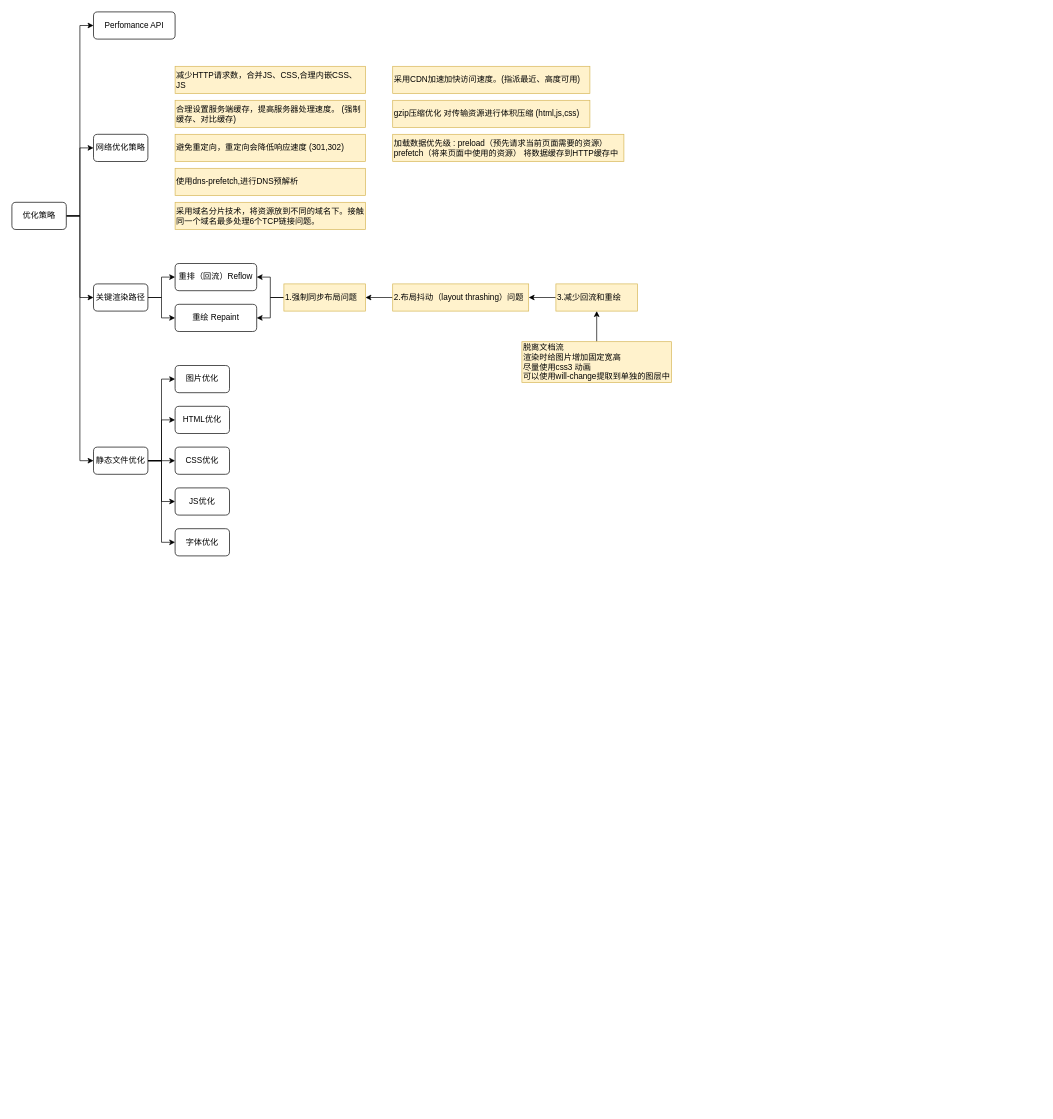
The draw.io diagram 前端性能优化.drawio in yanhanfrontend/draw.io.workspace, before the edit. Source tidied: cells renumbered, new cells numbered last; positions are measured from the earlier drawing's top-left corner, leaving out a move shared by most shapes. Both pictures are drawn from the tidied source at 68%, with x=0, y=0 at pixel (12, 12).
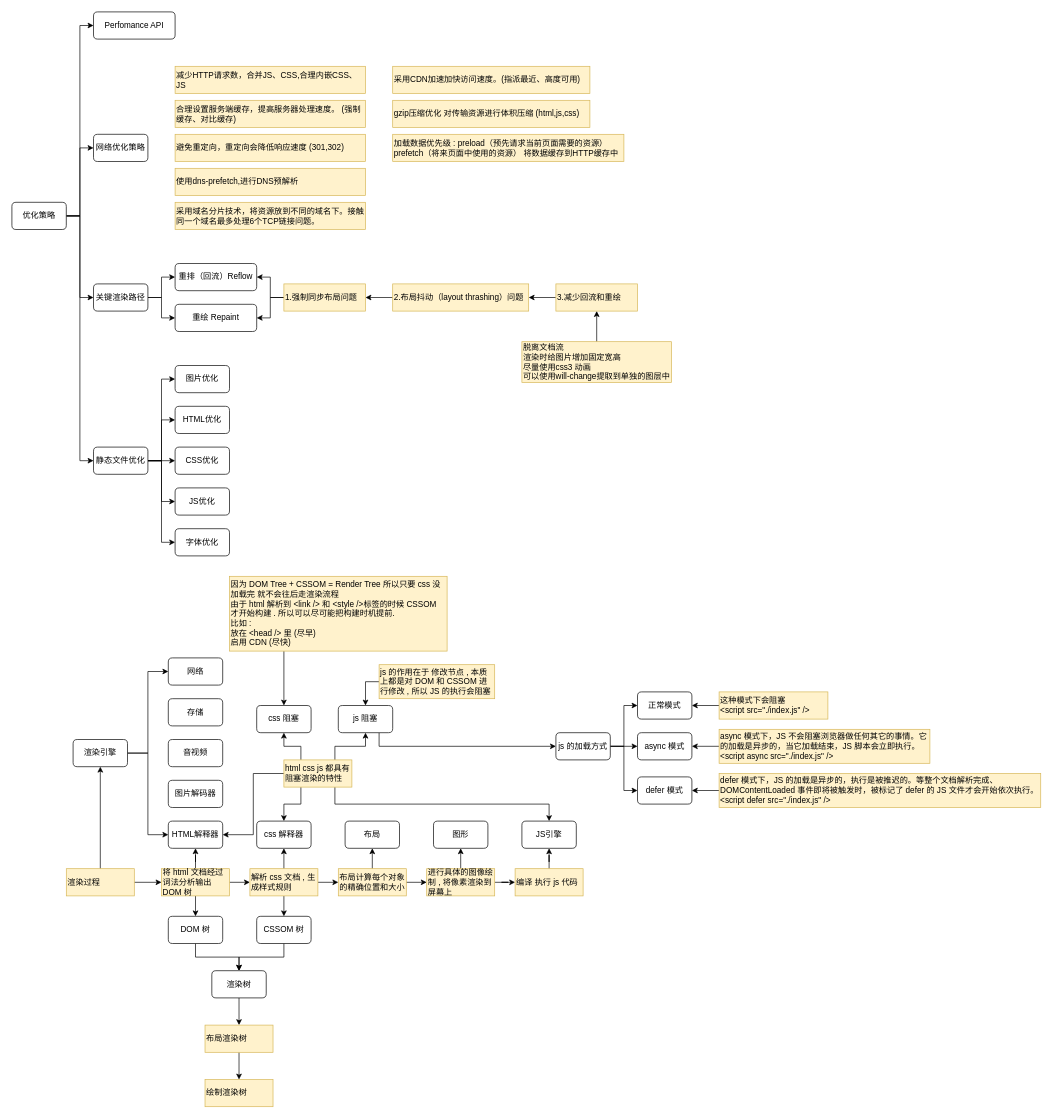
The same diagram, later.

Commit message:
更新前端性能优化.drawio

Change to the diagram source:
```diff
@@
+    <mxCell id="42" style="edgeStyle=orthogonalEdgeStyle;rounded=0;jettySize=auto;html=1;exitX=1;exitY=0.5;exitDx=0;exitDy=0;entryX=0;entryY=0.5;entryDx=0;entryDy=0;" parent="1" edge="1" source="44" target="51">
+      <mxGeometry relative="1" as="geometry" />
+    </mxCell>
+    <mxCell id="43" style="edgeStyle=orthogonalEdgeStyle;rounded=0;jettySize=auto;html=1;exitX=1;exitY=0.5;exitDx=0;exitDy=0;entryX=0;entryY=0.5;entryDx=0;entryDy=0;" parent="1" edge="1" source="44" target="46">
+      <mxGeometry relative="1" as="geometry" />
+    </mxCell>
+    <mxCell id="44" value="渲染引擎" style="rounded=1;whiteSpace=wrap;html=1;" parent="1" vertex="1">
+      <mxGeometry x="90" y="1070" width="80" height="40" as="geometry" />
+    </mxCell>
+    <mxCell id="45" value="JS引擎" style="rounded=1;whiteSpace=wrap;html=1;" parent="1" vertex="1">
+      <mxGeometry x="750" y="1190" width="80" height="40" as="geometry" />
+    </mxCell>
+    <mxCell id="46" value="HTML解释器" style="rounded=1;whiteSpace=wrap;html=1;" parent="1" vertex="1">
+      <mxGeometry x="230" y="1190" width="80" height="40" as="geometry" />
+    </mxCell>
+    <mxCell id="47" value="图片解码器" style="rounded=1;whiteSpace=wrap;html=1;" parent="1" vertex="1">
+      <mxGeometry x="230" y="1130" width="80" height="40" as="geometry" />
+    </mxCell>
+    <mxCell id="48" value="音视频" style="rounded=1;whiteSpace=wrap;html=1;" parent="1" vertex="1">
+      <mxGeometry x="230" y="1070" width="80" height="40" as="geometry" />
+    </mxCell>
+    <mxCell id="49" value="图形" style="rounded=1;whiteSpace=wrap;html=1;" parent="1" vertex="1">
+      <mxGeometry x="620" y="1190" width="80" height="40" as="geometry" />
+    </mxCell>
+    <mxCell id="50" value="存储" style="rounded=1;whiteSpace=wrap;html=1;" parent="1" vertex="1">
+      <mxGeometry x="230" y="1010" width="80" height="40" as="geometry" />
+    </mxCell>
+    <mxCell id="51" value="网络" style="rounded=1;whiteSpace=wrap;html=1;" parent="1" vertex="1">
+      <mxGeometry x="230" y="950" width="80" height="40" as="geometry" />
+    </mxCell>
+    <mxCell id="52" value="布局" style="rounded=1;whiteSpace=wrap;html=1;" parent="1" vertex="1">
+      <mxGeometry x="490" y="1190" width="80" height="40" as="geometry" />
+    </mxCell>
+    <mxCell id="53" value="css 解释器" style="rounded=1;whiteSpace=wrap;html=1;" parent="1" vertex="1">
+      <mxGeometry x="360" y="1190" width="80" height="40" as="geometry" />
+    </mxCell>
+    <mxCell id="54" style="edgeStyle=orthogonalEdgeStyle;rounded=0;jettySize=auto;html=1;exitX=0.5;exitY=0;exitDx=0;exitDy=0;" parent="1" edge="1" source="56" target="44">
+      <mxGeometry relative="1" as="geometry" />
+    </mxCell>
+    <mxCell id="55" style="edgeStyle=orthogonalEdgeStyle;rounded=0;jettySize=auto;html=1;exitX=1;exitY=0.5;exitDx=0;exitDy=0;entryX=0;entryY=0.5;entryDx=0;entryDy=0;" parent="1" edge="1" source="56" target="60">
+      <mxGeometry relative="1" as="geometry" />
+    </mxCell>
+    <mxCell id="56" value="渲染过程" style="text;html=1;align=left;verticalAlign=middle;whiteSpace=wrap;rounded=0;fillColor=#fff2cc;strokeColor=#d6b656;" parent="1" vertex="1">
+      <mxGeometry x="80" y="1260" width="100" height="40" as="geometry" />
+    </mxCell>
+    <mxCell id="57" style="edgeStyle=orthogonalEdgeStyle;rounded=0;jettySize=auto;html=1;exitX=1;exitY=0.5;exitDx=0;exitDy=0;entryX=0;entryY=0.5;entryDx=0;entryDy=0;" parent="1" edge="1" source="60" target="64">
+      <mxGeometry relative="1" as="geometry" />
+    </mxCell>
+    <mxCell id="58" style="edgeStyle=orthogonalEdgeStyle;rounded=0;jettySize=auto;html=1;exitX=0.5;exitY=0;exitDx=0;exitDy=0;" parent="1" edge="1" source="60" target="46">
+      <mxGeometry relative="1" as="geometry" />
+    </mxCell>
+    <mxCell id="59" style="edgeStyle=orthogonalEdgeStyle;rounded=0;jettySize=auto;html=1;exitX=0.5;exitY=1;exitDx=0;exitDy=0;entryX=0.5;entryY=0;entryDx=0;entryDy=0;" parent="1" edge="1" source="60" target="86">
+      <mxGeometry relative="1" as="geometry" />
+    </mxCell>
+    <mxCell id="60" value="将 html 文档经过词法分析输出 DOM 树" style="text;html=1;align=left;verticalAlign=middle;whiteSpace=wrap;rounded=0;fillColor=#fff2cc;strokeColor=#d6b656;" parent="1" vertex="1">
+      <mxGeometry x="220" y="1260" width="100" height="40" as="geometry" />
+    </mxCell>
+    <mxCell id="61" style="edgeStyle=orthogonalEdgeStyle;rounded=0;jettySize=auto;html=1;exitX=1;exitY=0.5;exitDx=0;exitDy=0;entryX=0;entryY=0.5;entryDx=0;entryDy=0;" parent="1" edge="1" source="64" target="67">
+      <mxGeometry relative="1" as="geometry" />
+    </mxCell>
+    <mxCell id="62" style="edgeStyle=orthogonalEdgeStyle;rounded=0;jettySize=auto;html=1;exitX=0.5;exitY=0;exitDx=0;exitDy=0;entryX=0.5;entryY=1;entryDx=0;entryDy=0;" parent="1" edge="1" source="64" target="53">
+      <mxGeometry relative="1" as="geometry" />
+    </mxCell>
+    <mxCell id="63" style="edgeStyle=orthogonalEdgeStyle;rounded=0;jettySize=auto;html=1;exitX=0.5;exitY=1;exitDx=0;exitDy=0;entryX=0.5;entryY=0;entryDx=0;entryDy=0;" parent="1" edge="1" source="64" target="84">
+      <mxGeometry relative="1" as="geometry" />
+    </mxCell>
+    <mxCell id="64" value="解析 css 文档 , 生成样式规则" style="text;html=1;align=left;verticalAlign=middle;whiteSpace=wrap;rounded=0;fillColor=#fff2cc;strokeColor=#d6b656;" parent="1" vertex="1">
+      <mxGeometry x="350" y="1260" width="100" height="40" as="geometry" />
+    </mxCell>
+    <mxCell id="65" style="edgeStyle=orthogonalEdgeStyle;rounded=0;jettySize=auto;html=1;exitX=1;exitY=0.5;exitDx=0;exitDy=0;entryX=0;entryY=0.5;entryDx=0;entryDy=0;" parent="1" edge="1" source="67" target="70">
+      <mxGeometry relative="1" as="geometry" />
+    </mxCell>
+    <mxCell id="66" style="edgeStyle=orthogonalEdgeStyle;rounded=0;jettySize=auto;html=1;exitX=0.5;exitY=0;exitDx=0;exitDy=0;entryX=0.5;entryY=1;entryDx=0;entryDy=0;" parent="1" edge="1" source="67" target="52">
+      <mxGeometry relative="1" as="geometry" />
+    </mxCell>
+    <mxCell id="67" value="布局计算每个对象的精确位置和大小" style="text;html=1;align=left;verticalAlign=middle;whiteSpace=wrap;rounded=0;fillColor=#fff2cc;strokeColor=#d6b656;" parent="1" vertex="1">
+      <mxGeometry x="480" y="1260" width="100" height="40" as="geometry" />
+    </mxCell>
+    <mxCell id="68" style="edgeStyle=orthogonalEdgeStyle;rounded=0;jettySize=auto;html=1;exitX=1;exitY=0.5;exitDx=0;exitDy=0;" parent="1" edge="1" source="70" target="72">
+      <mxGeometry relative="1" as="geometry" />
+    </mxCell>
+    <mxCell id="69" style="edgeStyle=orthogonalEdgeStyle;rounded=0;jettySize=auto;html=1;exitX=0.5;exitY=0;exitDx=0;exitDy=0;entryX=0.5;entryY=1;entryDx=0;entryDy=0;" parent="1" edge="1" source="70" target="49">
+      <mxGeometry relative="1" as="geometry" />
+    </mxCell>
+    <mxCell id="70" value="进行具体的图像绘制 , 将像素渲染到屏幕上" style="text;html=1;align=left;verticalAlign=middle;whiteSpace=wrap;rounded=0;fillColor=#fff2cc;strokeColor=#d6b656;" parent="1" vertex="1">
+      <mxGeometry x="610" y="1260" width="100" height="40" as="geometry" />
+    </mxCell>
+    <mxCell id="71" style="edgeStyle=orthogonalEdgeStyle;rounded=0;jettySize=auto;html=1;exitX=0.5;exitY=0;exitDx=0;exitDy=0;" parent="1" edge="1" source="72" target="45">
+      <mxGeometry relative="1" as="geometry" />
+    </mxCell>
+    <mxCell id="72" value="编译 执行 js 代码" style="text;html=1;align=left;verticalAlign=middle;whiteSpace=wrap;rounded=0;fillColor=#fff2cc;strokeColor=#d6b656;" parent="1" vertex="1">
+      <mxGeometry x="740" y="1260" width="100" height="40" as="geometry" />
+    </mxCell>
+    <mxCell id="73" style="edgeStyle=orthogonalEdgeStyle;rounded=0;orthogonalLoop=1;jettySize=auto;html=1;exitX=0.5;exitY=1;exitDx=0;exitDy=0;" parent="1" edge="1" source="46" target="46">
+      <mxGeometry relative="1" as="geometry" />
+    </mxCell>
+    <mxCell id="74" value="css 阻塞" style="rounded=1;whiteSpace=wrap;html=1;" parent="1" vertex="1">
+      <mxGeometry x="360" y="1020" width="80" height="40" as="geometry" />
+    </mxCell>
+    <mxCell id="75" style="edgeStyle=orthogonalEdgeStyle;rounded=0;jettySize=auto;html=1;exitX=1;exitY=0.5;exitDx=0;exitDy=0;entryX=0;entryY=0.5;entryDx=0;entryDy=0;" parent="1" edge="1" source="78" target="100">
+      <mxGeometry relative="1" as="geometry" />
+    </mxCell>
+    <mxCell id="76" style="edgeStyle=orthogonalEdgeStyle;rounded=0;jettySize=auto;html=1;exitX=1;exitY=0.5;exitDx=0;exitDy=0;entryX=0;entryY=0.5;entryDx=0;entryDy=0;" parent="1" edge="1" source="78" target="102">
+      <mxGeometry relative="1" as="geometry" />
+    </mxCell>
+    <mxCell id="77" style="edgeStyle=orthogonalEdgeStyle;rounded=0;jettySize=auto;html=1;exitX=1;exitY=0.5;exitDx=0;exitDy=0;entryX=0;entryY=0.5;entryDx=0;entryDy=0;" parent="1" edge="1" source="78" target="101">
+      <mxGeometry relative="1" as="geometry" />
+    </mxCell>
+    <mxCell id="78" value="js 的加载方式" style="rounded=1;whiteSpace=wrap;html=1;" parent="1" vertex="1">
+      <mxGeometry x="800" y="1060" width="80" height="40" as="geometry" />
+    </mxCell>
+    <mxCell id="79" style="edgeStyle=orthogonalEdgeStyle;rounded=0;jettySize=auto;html=1;exitX=0.75;exitY=1;exitDx=0;exitDy=0;entryX=0;entryY=0.5;entryDx=0;entryDy=0;" parent="1" edge="1" source="80" target="78">
+      <mxGeometry relative="1" as="geometry" />
+    </mxCell>
+    <mxCell id="80" value="js 阻塞" style="rounded=1;whiteSpace=wrap;html=1;" parent="1" vertex="1">
+      <mxGeometry x="480" y="1020" width="80" height="40" as="geometry" />
+    </mxCell>
+    <mxCell id="81" style="edgeStyle=orthogonalEdgeStyle;rounded=0;jettySize=auto;html=1;exitX=0.5;exitY=1;exitDx=0;exitDy=0;" parent="1" edge="1" source="82" target="88">
+      <mxGeometry relative="1" as="geometry" />
+    </mxCell>
+    <mxCell id="82" value="渲染树" style="rounded=1;whiteSpace=wrap;html=1;" parent="1" vertex="1">
+      <mxGeometry x="294" y="1410" width="80" height="40" as="geometry" />
+    </mxCell>
+    <mxCell id="83" style="edgeStyle=orthogonalEdgeStyle;rounded=0;jettySize=auto;html=1;exitX=0.5;exitY=1;exitDx=0;exitDy=0;entryX=0.5;entryY=0;entryDx=0;entryDy=0;" parent="1" edge="1" source="84" target="82">
+      <mxGeometry relative="1" as="geometry" />
+    </mxCell>
+    <mxCell id="84" value="CSSOM 树" style="rounded=1;whiteSpace=wrap;html=1;" parent="1" vertex="1">
+      <mxGeometry x="360" y="1330" width="80" height="40" as="geometry" />
+    </mxCell>
+    <mxCell id="85" style="edgeStyle=orthogonalEdgeStyle;rounded=0;jettySize=auto;html=1;exitX=0.5;exitY=1;exitDx=0;exitDy=0;entryX=0.5;entryY=0;entryDx=0;entryDy=0;" parent="1" edge="1" source="86" target="82">
+      <mxGeometry relative="1" as="geometry" />
+    </mxCell>
+    <mxCell id="86" value="DOM 树" style="rounded=1;whiteSpace=wrap;html=1;" parent="1" vertex="1">
+      <mxGeometry x="230" y="1330" width="80" height="40" as="geometry" />
+    </mxCell>
+    <mxCell id="87" style="edgeStyle=orthogonalEdgeStyle;rounded=0;jettySize=auto;html=1;exitX=0.5;exitY=1;exitDx=0;exitDy=0;" parent="1" edge="1" source="88" target="89">
+      <mxGeometry relative="1" as="geometry" />
+    </mxCell>
+    <mxCell id="88" value="&lt;span style=&quot;text-align: center;&quot;&gt;布局渲染树&lt;/span&gt;" style="text;html=1;align=left;verticalAlign=middle;whiteSpace=wrap;rounded=0;fillColor=#fff2cc;strokeColor=#d6b656;" parent="1" vertex="1">
+      <mxGeometry x="284" y="1490" width="100" height="40" as="geometry" />
+    </mxCell>
+    <mxCell id="89" value="&lt;span style=&quot;text-align: center;&quot;&gt;绘制渲染树&lt;/span&gt;" style="text;html=1;align=left;verticalAlign=middle;whiteSpace=wrap;rounded=0;fillColor=#fff2cc;strokeColor=#d6b656;" parent="1" vertex="1">
+      <mxGeometry x="284" y="1570" width="100" height="40" as="geometry" />
+    </mxCell>
+    <mxCell id="90" style="edgeStyle=orthogonalEdgeStyle;rounded=0;jettySize=auto;html=1;exitX=0;exitY=0.5;exitDx=0;exitDy=0;entryX=1;entryY=0.5;entryDx=0;entryDy=0;" parent="1" edge="1" source="95" target="46">
+      <mxGeometry relative="1" as="geometry" />
+    </mxCell>
+    <mxCell id="91" style="edgeStyle=orthogonalEdgeStyle;rounded=0;jettySize=auto;html=1;exitX=0.25;exitY=1;exitDx=0;exitDy=0;entryX=0.5;entryY=0;entryDx=0;entryDy=0;" parent="1" edge="1" source="95" target="53">
+      <mxGeometry relative="1" as="geometry" />
+    </mxCell>
+    <mxCell id="92" style="edgeStyle=orthogonalEdgeStyle;rounded=0;jettySize=auto;html=1;exitX=0.75;exitY=1;exitDx=0;exitDy=0;entryX=0.5;entryY=0;entryDx=0;entryDy=0;" parent="1" edge="1" source="95" target="45">
+      <mxGeometry relative="1" as="geometry" />
+    </mxCell>
+    <mxCell id="93" style="edgeStyle=orthogonalEdgeStyle;rounded=0;jettySize=auto;html=1;exitX=0.25;exitY=0;exitDx=0;exitDy=0;" parent="1" edge="1" source="95" target="74">
+      <mxGeometry relative="1" as="geometry" />
+    </mxCell>
+    <mxCell id="94" style="edgeStyle=orthogonalEdgeStyle;rounded=0;jettySize=auto;html=1;exitX=0.75;exitY=0;exitDx=0;exitDy=0;entryX=0.5;entryY=1;entryDx=0;entryDy=0;" parent="1" edge="1" source="95" target="80">
+      <mxGeometry relative="1" as="geometry" />
+    </mxCell>
+    <mxCell id="95" value="html css js 都具有阻塞渲染的特性" style="text;html=1;align=left;verticalAlign=middle;whiteSpace=wrap;rounded=0;fillColor=#fff2cc;strokeColor=#d6b656;" parent="1" vertex="1">
+      <mxGeometry x="400" y="1100" width="100" height="40" as="geometry" />
+    </mxCell>
+    <mxCell id="96" style="edgeStyle=orthogonalEdgeStyle;rounded=0;jettySize=auto;html=1;exitX=0.25;exitY=1;exitDx=0;exitDy=0;entryX=0.5;entryY=0;entryDx=0;entryDy=0;" parent="1" edge="1" source="97" target="74">
+      <mxGeometry relative="1" as="geometry" />
+    </mxCell>
+    <mxCell id="97" value="&lt;div&gt;因为 DOM Tree + CSSOM = Render Tree 所以只要 css 没加载完 就不会往后走渲染流程&lt;/div&gt;&lt;div&gt;由于 html 解析到 &amp;lt;link /&amp;gt; 和 &amp;lt;style /&amp;gt;标签的时候 CSSOM 才开始构建 . 所以可以尽可能把构建时机提前.&lt;/div&gt;&lt;div&gt;比如 :&lt;/div&gt;&lt;div&gt;放在 &amp;lt;head /&amp;gt; 里 (尽早)&lt;/div&gt;&lt;div&gt;启用 CDN (尽快)&lt;/div&gt;" style="text;html=1;align=left;verticalAlign=middle;whiteSpace=wrap;rounded=0;fillColor=#fff2cc;strokeColor=#d6b656;" parent="1" vertex="1">
+      <mxGeometry x="320" y="830" width="320" height="110" as="geometry" />
+    </mxCell>
+    <mxCell id="98" style="edgeStyle=orthogonalEdgeStyle;rounded=0;jettySize=auto;html=1;exitX=0;exitY=0.5;exitDx=0;exitDy=0;" parent="1" edge="1" source="99" target="80">
+      <mxGeometry relative="1" as="geometry" />
+    </mxCell>
+    <mxCell id="99" value="js 的作用在于 修改节点 , 本质上都是对 DOM 和 CSSOM 进行修改 , 所以 JS 的执行会阻塞" style="text;html=1;align=left;verticalAlign=middle;whiteSpace=wrap;rounded=0;fillColor=#fff2cc;strokeColor=#d6b656;" parent="1" vertex="1">
+      <mxGeometry x="540" y="960" width="170" height="50" as="geometry" />
+    </mxCell>
+    <mxCell id="100" value="正常模式" style="rounded=1;whiteSpace=wrap;html=1;" parent="1" vertex="1">
+      <mxGeometry x="920" y="1000" width="80" height="40" as="geometry" />
+    </mxCell>
+    <mxCell id="101" value="async 模式" style="rounded=1;whiteSpace=wrap;html=1;" parent="1" vertex="1">
+      <mxGeometry x="920" y="1060" width="80" height="40" as="geometry" />
+    </mxCell>
+    <mxCell id="102" value="defer 模式" style="rounded=1;whiteSpace=wrap;html=1;" parent="1" vertex="1">
+      <mxGeometry x="920" y="1125" width="80" height="40" as="geometry" />
+    </mxCell>
+    <mxCell id="103" style="edgeStyle=orthogonalEdgeStyle;rounded=0;jettySize=auto;html=1;exitX=0;exitY=0.5;exitDx=0;exitDy=0;" parent="1" edge="1" source="104" target="100">
+      <mxGeometry relative="1" as="geometry" />
+    </mxCell>
+    <mxCell id="104" value="这种模式下会阻塞&lt;div&gt;&amp;lt;script src=&quot;./index.js&quot; /&amp;gt;&lt;br&gt;&lt;/div&gt;" style="text;html=1;align=left;verticalAlign=middle;whiteSpace=wrap;rounded=0;fillColor=#fff2cc;strokeColor=#d6b656;" parent="1" vertex="1">
+      <mxGeometry x="1040" y="1000" width="160" height="40" as="geometry" />
+    </mxCell>
+    <mxCell id="105" style="edgeStyle=orthogonalEdgeStyle;rounded=0;jettySize=auto;html=1;exitX=0;exitY=0.5;exitDx=0;exitDy=0;entryX=1;entryY=0.5;entryDx=0;entryDy=0;" parent="1" edge="1" source="106" target="101">
+      <mxGeometry relative="1" as="geometry" />
+    </mxCell>
+    <mxCell id="106" value="&lt;div&gt;&lt;div&gt;async 模式下，JS 不会阻塞浏览器做任何其它的事情。它的加载是异步的，当它加载结束，JS 脚本会立即执行。&lt;/div&gt;&lt;div&gt;&amp;lt;script async src=&quot;./index.js&quot; /&amp;gt;&lt;/div&gt;&lt;/div&gt;" style="text;html=1;align=left;verticalAlign=middle;whiteSpace=wrap;rounded=0;fillColor=#fff2cc;strokeColor=#d6b656;" parent="1" vertex="1">
+      <mxGeometry x="1040" y="1055" width="310" height="50" as="geometry" />
+    </mxCell>
+    <mxCell id="107" style="edgeStyle=orthogonalEdgeStyle;rounded=0;jettySize=auto;html=1;exitX=0;exitY=0.5;exitDx=0;exitDy=0;entryX=1;entryY=0.5;entryDx=0;entryDy=0;" parent="1" edge="1" source="108" target="102">
+      <mxGeometry relative="1" as="geometry" />
+    </mxCell>
+    <mxCell id="108" value="&lt;div&gt;&lt;div&gt;defer 模式下，JS 的加载是异步的，执行是被推迟的。等整个文档解析完成、DOMContentLoaded 事件即将被触发时，被标记了 defer 的 JS 文件才会开始依次执行。&lt;/div&gt;&lt;div&gt;&amp;lt;script defer src=&quot;./index.js&quot; /&amp;gt;&lt;/div&gt;&lt;/div&gt;" style="text;html=1;align=left;verticalAlign=middle;whiteSpace=wrap;rounded=0;fillColor=#fff2cc;strokeColor=#d6b656;" parent="1" vertex="1">
+      <mxGeometry x="1040" y="1120" width="473" height="50" as="geometry" />
+    </mxCell>
```
